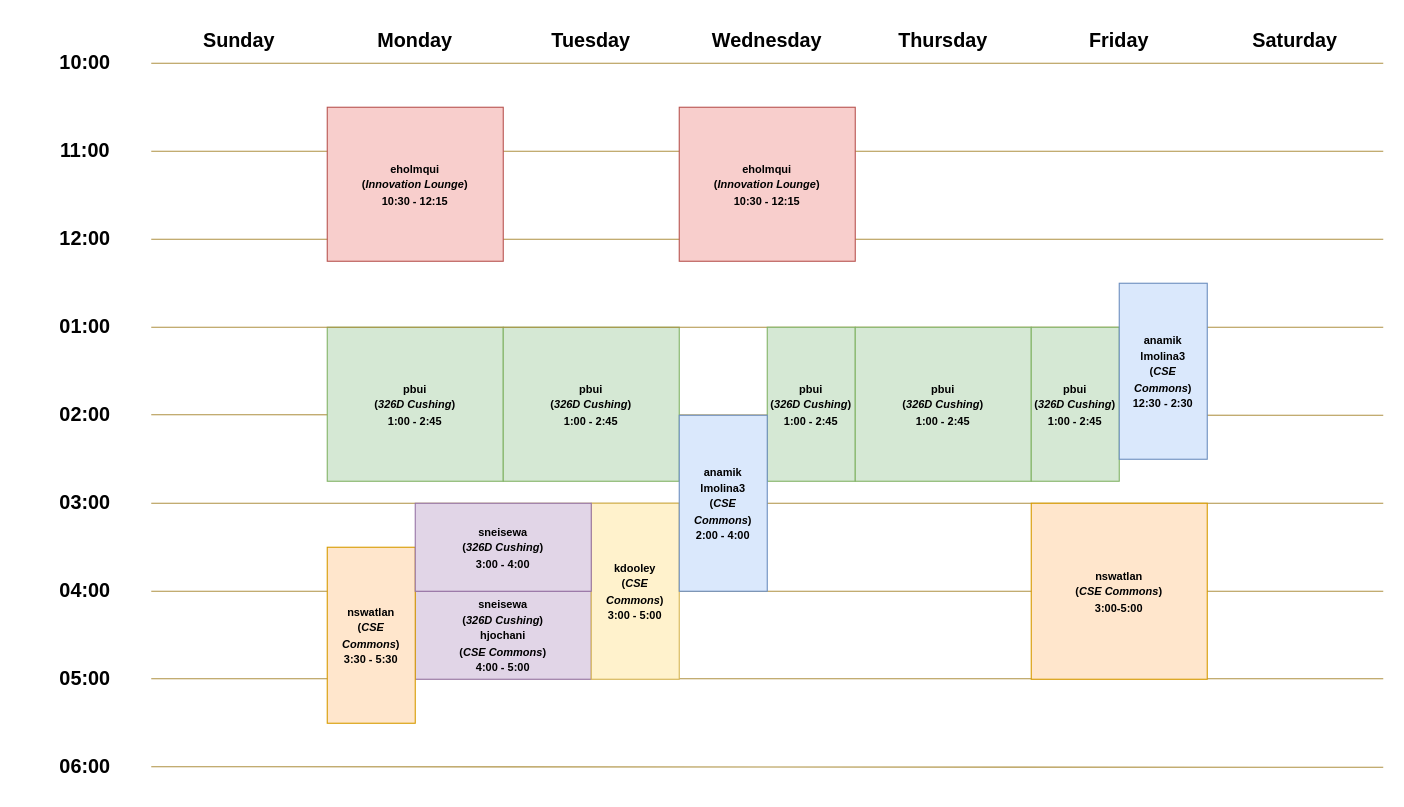
nd-cse-30341-fa26/nd-cse-30341-fa26.github.io keeps this draw.io diagram as static/img/office-hours.drawio. Above is the earlier version. Source tidied: cells renumbered, new cells numbered last; positions are measured from the earlier drawing's top-left corner, leaving out a move shared by most shapes. Both pictures are drawn from the tidied source at 110%, with x=0, y=0 at pixel (19, 19).
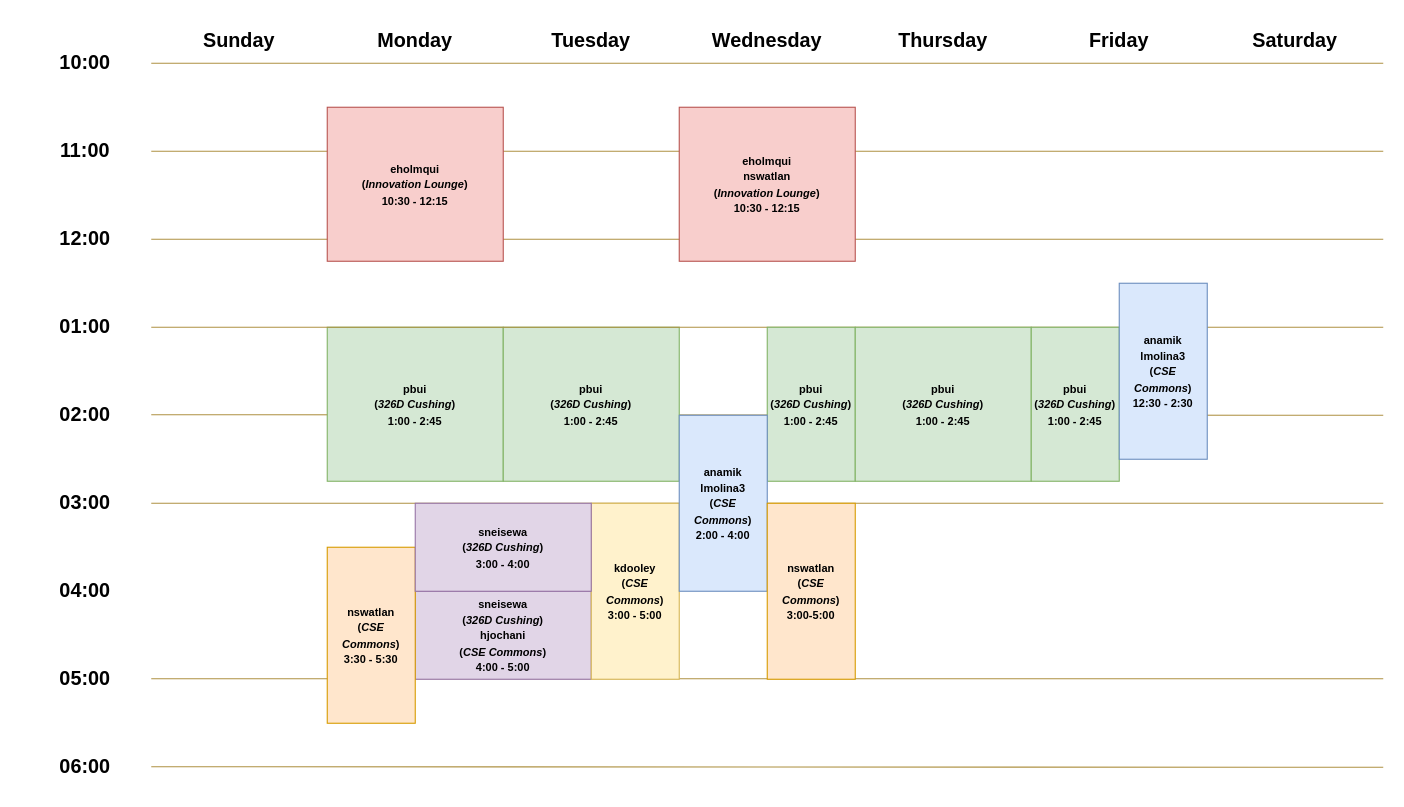
Above is the later version.

Commit message (it also covers changes not shown here):
Update TA Office Hours

Unchanged cells that the change refers to:
```xml
<mxCell id="15" value="&lt;font face=&quot;JetBrains Mono&quot; style=&quot;font-size: 18px;&quot;&gt;&lt;b&gt;04:00&lt;/b&gt;&lt;/font&gt;" style="rounded=0;whiteSpace=wrap;html=1;strokeColor=none;fillColor=none;" parent="1" vertex="1">
  <mxGeometry y="500" width="120" height="40" as="geometry" />
</mxCell>
```

What changed in the source:
```diff
@@
-    <mxCell id="19" style="rounded=0;jettySize=auto;html=1;exitX=1;exitY=0.5;exitDx=0;exitDy=0;endArrow=none;endFill=0;strokeColor=#AE9142;" parent="1" edge="1" source="15">
-      <mxGeometry relative="1" as="geometry">
-        <mxPoint x="1240" y="520" as="targetPoint" />
-      </mxGeometry>
-    </mxCell>
@@
-    <mxCell id="35" value="&lt;font face=&quot;JetBrains Mono&quot; style=&quot;font-size: 9px;&quot;&gt;&lt;span style=&quot;font-size: 10px;&quot;&gt;&lt;b&gt;nswatlan&lt;/b&gt;&lt;/span&gt;&lt;/font&gt;&lt;div&gt;&lt;b style=&quot;background-color: transparent; color: light-dark(rgb(0, 0, 0), rgb(255, 255, 255)); font-family: &amp;quot;JetBrains Mono&amp;quot;; font-size: 10px;&quot;&gt;(&lt;i&gt;CSE Commons&lt;/i&gt;&lt;/b&gt;&lt;b style=&quot;background-color: transparent; color: light-dark(rgb(0, 0, 0), rgb(255, 255, 255)); font-family: &amp;quot;JetBrains Mono&amp;quot;; font-size: 10px;&quot;&gt;)&lt;/b&gt;&lt;/div&gt;&lt;div&gt;&lt;b style=&quot;background-color: transparent; color: light-dark(rgb(0, 0, 0), rgb(255, 255, 255)); font-family: &amp;quot;JetBrains Mono&amp;quot;; font-size: 10px;&quot;&gt;3:00-5:00&lt;/b&gt;&lt;/div&gt;" style="rounded=0;whiteSpace=wrap;html=1;fillColor=#ffe6cc;strokeColor=#d79b00;" parent="1" vertex="1">
-      <mxGeometry x="920" y="440" width="160" height="160" as="geometry" />
-    </mxCell>
@@
-    <mxCell id="41" value="&lt;font face=&quot;JetBrains Mono&quot; style=&quot;font-size: 10px;&quot;&gt;&lt;b style=&quot;&quot;&gt;eholmqui&lt;/b&gt;&lt;/font&gt;&lt;div&gt;&lt;b style=&quot;font-size: 10px; font-family: &amp;quot;JetBrains Mono&amp;quot;; background-color: transparent; color: light-dark(rgb(0, 0, 0), rgb(255, 255, 255));&quot;&gt;(&lt;i&gt;Innovation Lounge&lt;/i&gt;)&lt;/b&gt;&lt;/div&gt;&lt;div&gt;&lt;div&gt;&lt;font face=&quot;JetBrains Mono&quot; style=&quot;font-size: 10px;&quot;&gt;&lt;b&gt;10:30 - 12:15&lt;/b&gt;&lt;/font&gt;&lt;/div&gt;&lt;/div&gt;" style="rounded=0;whiteSpace=wrap;html=1;fillColor=#f8cecc;strokeColor=#b85450;fillStyle=auto;" parent="1" vertex="1">
+    <mxCell id="41" value="&lt;font face=&quot;JetBrains Mono&quot; style=&quot;font-size: 10px;&quot;&gt;&lt;b style=&quot;&quot;&gt;eholmqui&lt;/b&gt;&lt;/font&gt;&lt;div&gt;&lt;font face=&quot;JetBrains Mono&quot;&gt;&lt;span style=&quot;font-size: 10px;&quot;&gt;&lt;b&gt;nswatlan&lt;br&gt;&lt;/b&gt;&lt;/span&gt;&lt;/font&gt;&lt;div&gt;&lt;b style=&quot;font-size: 10px; font-family: &amp;quot;JetBrains Mono&amp;quot;; background-color: transparent; color: light-dark(rgb(0, 0, 0), rgb(255, 255, 255));&quot;&gt;(&lt;i&gt;Innovation Lounge&lt;/i&gt;)&lt;/b&gt;&lt;/div&gt;&lt;div&gt;&lt;div&gt;&lt;font face=&quot;JetBrains Mono&quot; style=&quot;font-size: 10px;&quot;&gt;&lt;b&gt;10:30 - 12:15&lt;/b&gt;&lt;/font&gt;&lt;/div&gt;&lt;/div&gt;&lt;/div&gt;" style="rounded=0;whiteSpace=wrap;html=1;fillColor=#f8cecc;strokeColor=#b85450;fillStyle=auto;" parent="1" vertex="1">
       <mxGeometry x="600" y="80" width="160" height="140" as="geometry" />
     </mxCell>
+    <mxCell id="35" value="&lt;font face=&quot;JetBrains Mono&quot; style=&quot;font-size: 9px;&quot;&gt;&lt;span style=&quot;font-size: 10px;&quot;&gt;&lt;b&gt;nswatlan&lt;/b&gt;&lt;/span&gt;&lt;/font&gt;&lt;div&gt;&lt;b style=&quot;background-color: transparent; color: light-dark(rgb(0, 0, 0), rgb(255, 255, 255)); font-family: &amp;quot;JetBrains Mono&amp;quot;; font-size: 10px;&quot;&gt;(&lt;i&gt;CSE Commons&lt;/i&gt;&lt;/b&gt;&lt;b style=&quot;background-color: transparent; color: light-dark(rgb(0, 0, 0), rgb(255, 255, 255)); font-family: &amp;quot;JetBrains Mono&amp;quot;; font-size: 10px;&quot;&gt;)&lt;/b&gt;&lt;/div&gt;&lt;div&gt;&lt;b style=&quot;background-color: transparent; color: light-dark(rgb(0, 0, 0), rgb(255, 255, 255)); font-family: &amp;quot;JetBrains Mono&amp;quot;; font-size: 10px;&quot;&gt;3:00-5:00&lt;/b&gt;&lt;/div&gt;" style="rounded=0;whiteSpace=wrap;html=1;fillColor=#ffe6cc;strokeColor=#d79b00;" parent="1" vertex="1">
+      <mxGeometry x="680" y="440" width="80" height="160" as="geometry" />
+    </mxCell>
```
